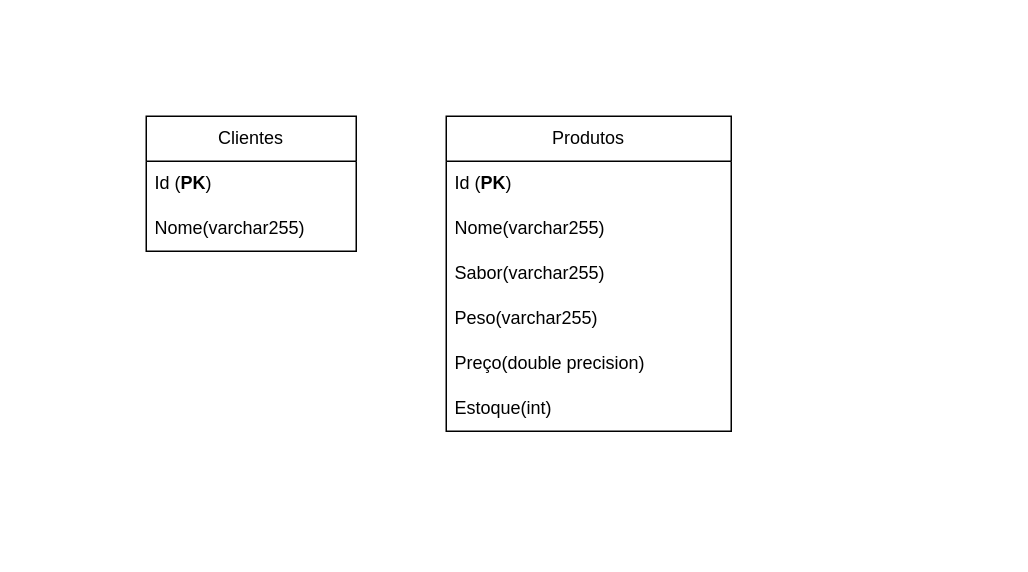
Above: Diagrama sem nome.drawio in jhosephethierry/cursopythonlista (draw.io), before the change. Source tidied: cells renumbered, new cells numbered last; positions are measured from the earlier drawing's top-left corner, leaving out a move shared by most shapes. Both pictures are drawn from the tidied source at 150%, with x=0, y=0 at pixel (146, 116).
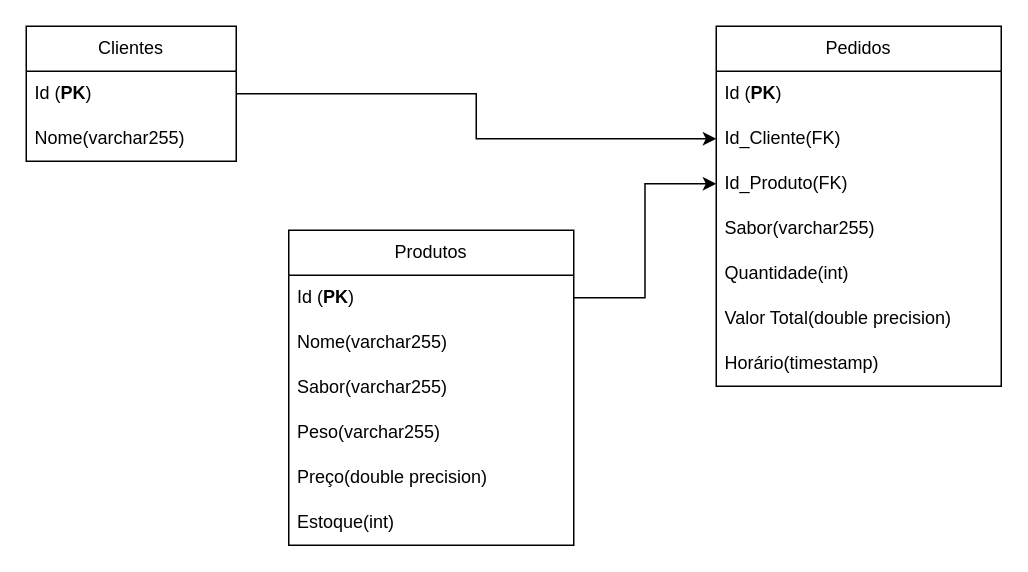
After the change.

Unchanged cells that the change refers to:
```xml
<mxCell id="3" value="Id (&lt;b&gt;PK&lt;/b&gt;)" style="text;strokeColor=none;fillColor=none;align=left;verticalAlign=middle;spacingLeft=4;spacingRight=4;overflow=hidden;points=[[0,0.5],[1,0.5]];portConstraint=eastwest;whiteSpace=wrap;html=1;" parent="2" vertex="1">
  <mxGeometry y="30" width="140" height="30" as="geometry" />
</mxCell>
<mxCell id="6" value="Id (&lt;b&gt;PK&lt;/b&gt;)" style="text;strokeColor=none;fillColor=none;align=left;verticalAlign=middle;spacingLeft=4;spacingRight=4;overflow=hidden;points=[[0,0.5],[1,0.5]];portConstraint=eastwest;whiteSpace=wrap;html=1;" parent="5" vertex="1">
  <mxGeometry y="30" width="190" height="30" as="geometry" />
</mxCell>
```

Diff of the diagram source:
```diff
@@
     <mxCell id="2" value="Clientes" style="swimlane;fontStyle=0;horizontal=1;startSize=30;whiteSpace=wrap;html=1;" parent="1" vertex="1">
-      <mxGeometry width="140" height="90" as="geometry" />
+      <mxGeometry x="-80" y="-60" width="140" height="90" as="geometry" />
     </mxCell>
@@
     <mxCell id="5" value="Produtos" style="swimlane;fontStyle=0;horizontal=1;startSize=30;whiteSpace=wrap;html=1;" parent="1" vertex="1">
-      <mxGeometry x="200" width="190" height="210" as="geometry" />
+      <mxGeometry x="95" y="76" width="190" height="210" as="geometry" />
     </mxCell>
@@
+    <mxCell id="12" value="Pedidos" style="swimlane;fontStyle=0;horizontal=1;startSize=30;whiteSpace=wrap;html=1;" parent="1" vertex="1">
+      <mxGeometry x="380" y="-60" width="190" height="240" as="geometry" />
+    </mxCell>
+    <mxCell id="13" value="Id (&lt;b&gt;PK&lt;/b&gt;)" style="text;strokeColor=none;fillColor=none;align=left;verticalAlign=middle;spacingLeft=4;spacingRight=4;overflow=hidden;whiteSpace=wrap;html=1;" parent="12" vertex="1">
+      <mxGeometry y="30" width="190" height="30" as="geometry" />
+    </mxCell>
+    <mxCell id="14" value="Id_Cliente(FK)" style="text;strokeColor=none;fillColor=none;align=left;verticalAlign=middle;spacingLeft=4;spacingRight=4;overflow=hidden;points=[[0,0.5],[1,0.5]];portConstraint=eastwest;whiteSpace=wrap;html=1;" parent="12" vertex="1">
+      <mxGeometry y="60" width="190" height="30" as="geometry" />
+    </mxCell>
+    <mxCell id="15" value="Id_Produto(FK)" style="text;strokeColor=none;fillColor=none;align=left;verticalAlign=middle;spacingLeft=4;spacingRight=4;overflow=hidden;points=[[0,0.5],[1,0.5]];portConstraint=eastwest;whiteSpace=wrap;html=1;" parent="12" vertex="1">
+      <mxGeometry y="90" width="190" height="30" as="geometry" />
+    </mxCell>
+    <mxCell id="16" value="Sabor(varchar255)" style="text;strokeColor=none;fillColor=none;align=left;verticalAlign=middle;spacingLeft=4;spacingRight=4;overflow=hidden;whiteSpace=wrap;html=1;" parent="12" vertex="1">
+      <mxGeometry y="120" width="190" height="30" as="geometry" />
+    </mxCell>
+    <mxCell id="17" value="Quantidade(int)" style="text;strokeColor=none;fillColor=none;align=left;verticalAlign=middle;spacingLeft=4;spacingRight=4;overflow=hidden;whiteSpace=wrap;html=1;" parent="12" vertex="1">
+      <mxGeometry y="150" width="190" height="30" as="geometry" />
+    </mxCell>
+    <mxCell id="18" value="Valor Total(double precision)" style="text;strokeColor=none;fillColor=none;align=left;verticalAlign=middle;spacingLeft=4;spacingRight=4;overflow=hidden;whiteSpace=wrap;html=1;" parent="12" vertex="1">
+      <mxGeometry y="180" width="190" height="30" as="geometry" />
+    </mxCell>
+    <mxCell id="19" value="Horário(timestamp)" style="text;strokeColor=none;fillColor=none;align=left;verticalAlign=middle;spacingLeft=4;spacingRight=4;overflow=hidden;whiteSpace=wrap;html=1;" parent="12" vertex="1">
+      <mxGeometry y="210" width="190" height="30" as="geometry" />
+    </mxCell>
+    <mxCell id="20" style="edgeStyle=orthogonalEdgeStyle;rounded=0;jettySize=auto;html=1;exitX=1;exitY=0.5;exitDx=0;exitDy=0;" parent="1" edge="1" source="3" target="14">
+      <mxGeometry relative="1" as="geometry" />
+    </mxCell>
+    <mxCell id="21" style="edgeStyle=orthogonalEdgeStyle;rounded=0;jettySize=auto;html=1;exitX=1;exitY=0.5;exitDx=0;exitDy=0;entryX=0;entryY=0.5;entryDx=0;entryDy=0;" parent="1" edge="1" source="6" target="15">
+      <mxGeometry relative="1" as="geometry" />
+    </mxCell>
```
